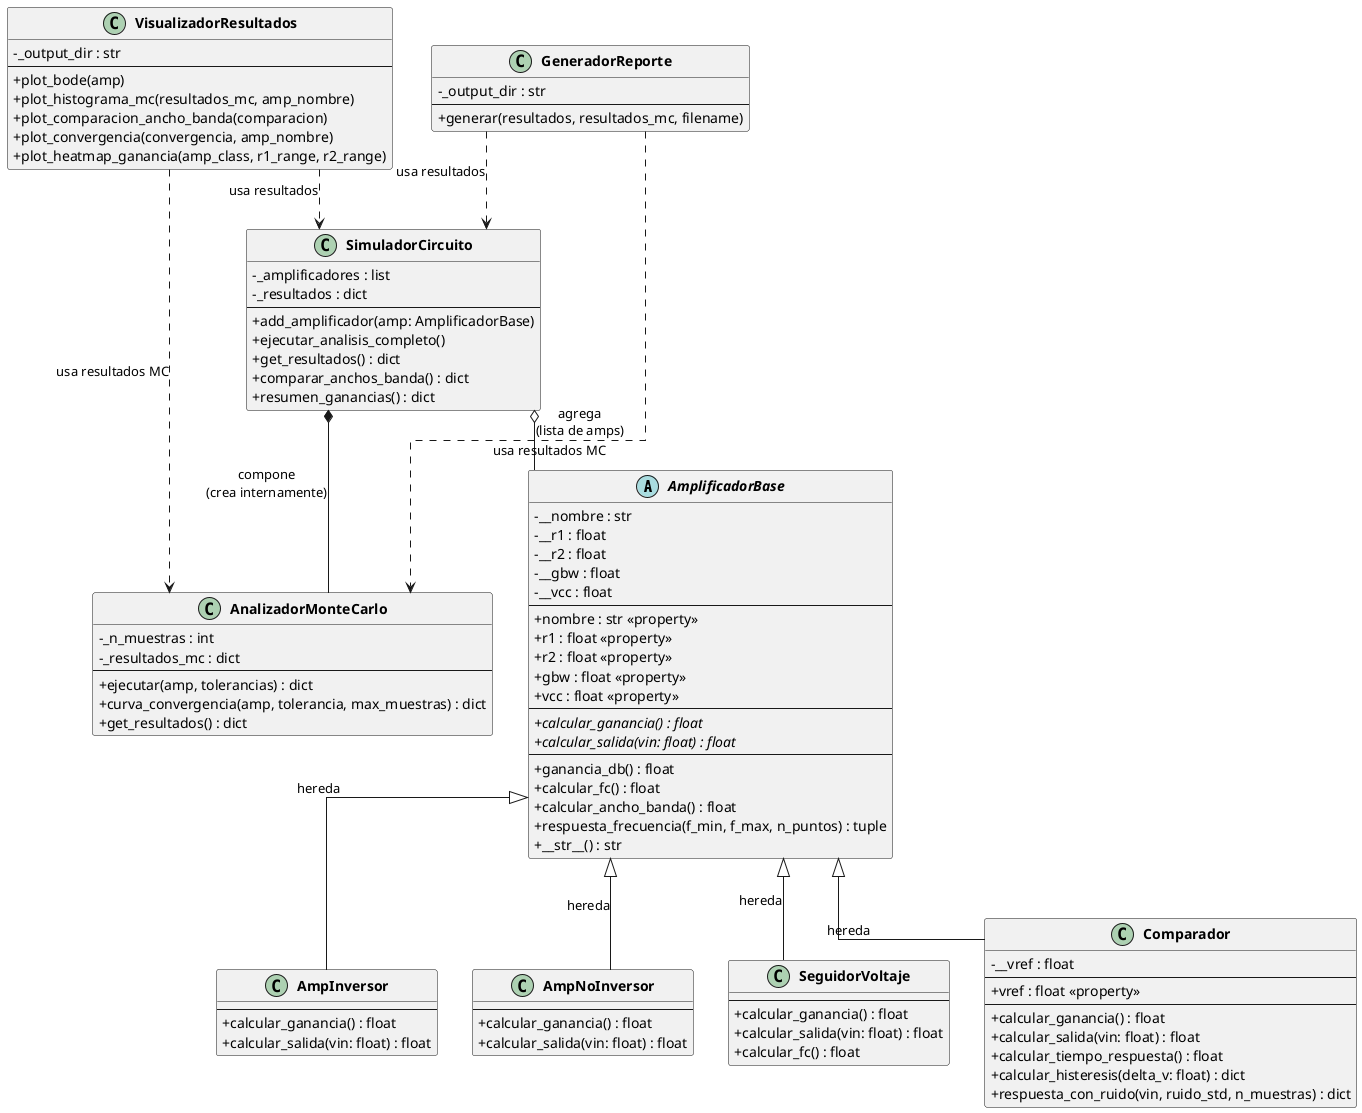
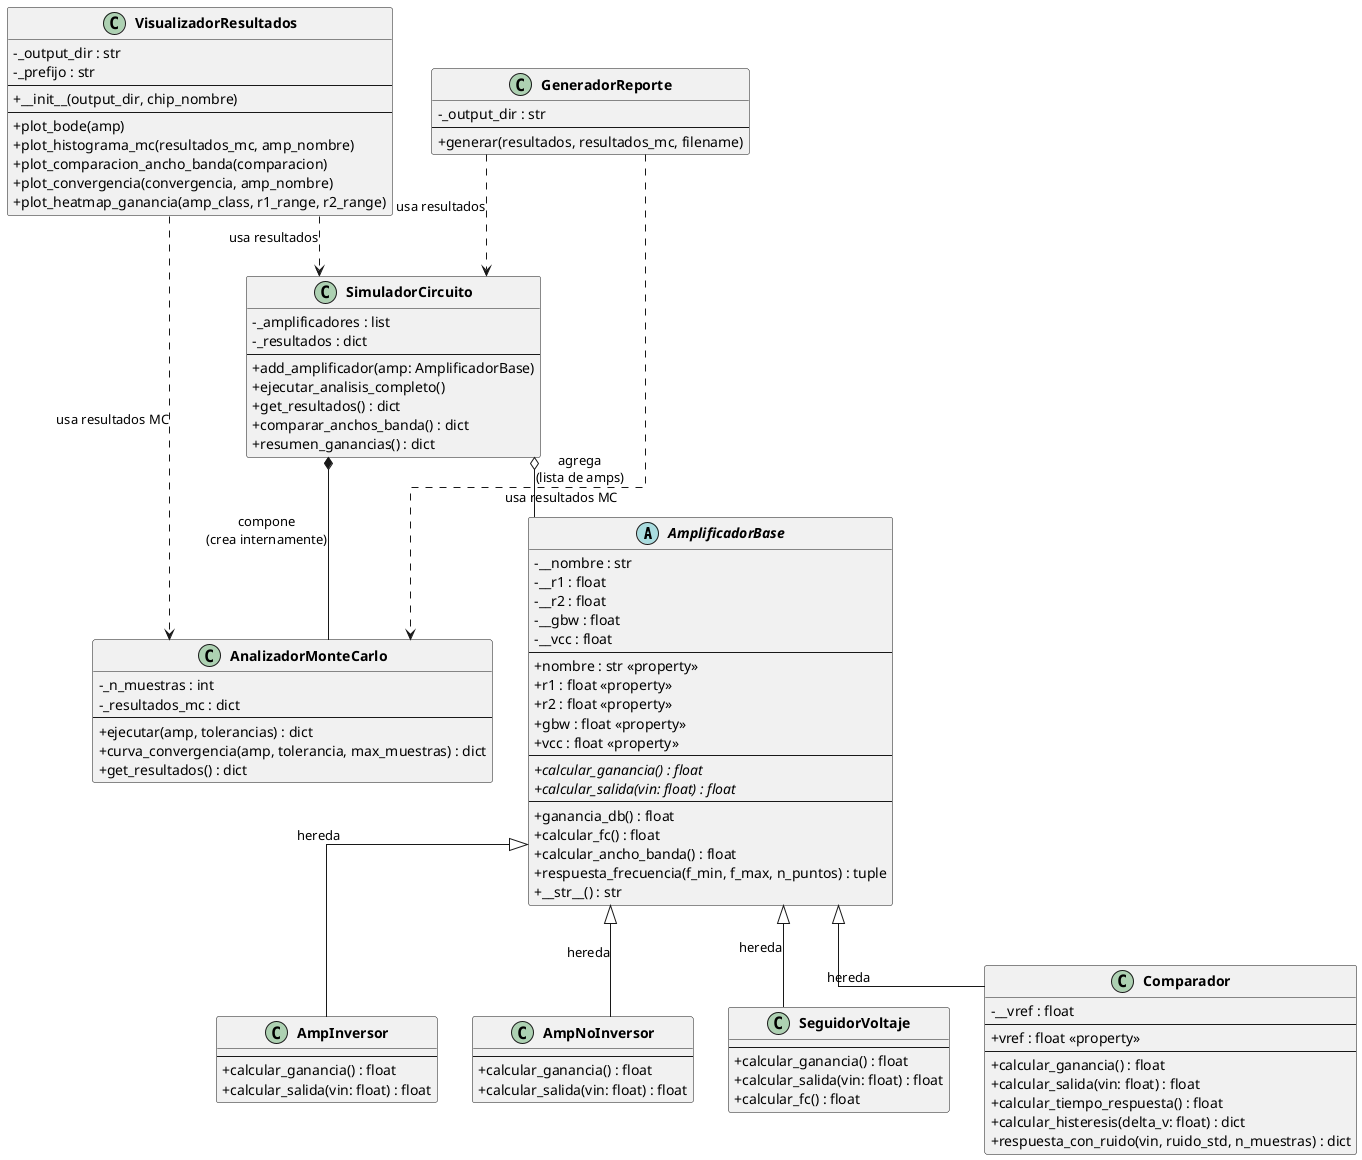
@startuml clases
skinparam classAttributeIconSize 0
skinparam classFontStyle Bold
skinparam linetype ortho

' ============================================================
' DIAGRAMA DE CLASES - Simulador de Amplificadores Operacionales
' ============================================================
' Notacion de visibilidad:
'   -  privado   (solo accesible dentro de la clase)
'   +  publico   (accesible desde cualquier clase)
'   #  protegido (accesible en clase y subclases)
'
' Notacion de relaciones (ver leyenda al final):
'   <|--   Herencia   (la subclase ES UN tipo de la superclase)
'   *--    Composicion (el objeto FORMA PARTE de otro, no existe sin el)
'   o--    Agregacion  (el objeto ES CONTENIDO por otro, pero existe independiente)
'   ..>    Dependencia (una clase USA a otra, sin contenerla)
' ============================================================


' ------------------------------------------------------------
' CAPA 1: CLASE BASE ABSTRACTA
' Define la interfaz comun para todos los amplificadores.
' No se puede instanciar directamente.
' ------------------------------------------------------------
abstract class AmplificadorBase {
  ' --- Atributos privados (encapsulados) ---
  ' Solo accesibles via getters/setters (properties)
  - __nombre : str
  - __r1 : float
  - __r2 : float
  - __gbw : float
  - __vcc : float
  --
  ' --- Getters y Setters (properties de Python) ---
  + nombre : str <<property>>
  + r1 : float <<property>>
  + r2 : float <<property>>
  + gbw : float <<property>>
  + vcc : float <<property>>
  --
  ' --- Metodos abstractos ---
  ' Cada subclase DEBE implementar estos metodos con su propia logica
  {abstract} + calcular_ganancia() : float
  {abstract} + calcular_salida(vin: float) : float
  --
  ' --- Metodos concretos (heredados por todas las subclases) ---
  ' Implementados aqui una sola vez, disponibles en todos los amps
  + ganancia_db() : float
  + calcular_fc() : float
  + calcular_ancho_banda() : float
  + respuesta_frecuencia(f_min, f_max, n_puntos) : tuple
  + __str__() : str
}


' ------------------------------------------------------------
' CAPA 2: SUBCLASES DE AMPLIFICADORES
' Cada una hereda de AmplificadorBase e implementa
' su propia formula de ganancia y logica de salida.
' ------------------------------------------------------------

' Av = -R2 / R1  (invierte la fase de la senal)
class AmpInversor {
  --
  + calcular_ganancia() : float
  + calcular_salida(vin: float) : float
}

' Av = 1 + R2 / R1  (amplifica sin invertir)
class AmpNoInversor {
  --
  + calcular_ganancia() : float
  + calcular_salida(vin: float) : float
}

' Av = 1 siempre  (buffer de impedancia, R2=0, R1=inf)
' Maximo ancho de banda de todas las configuraciones
class SeguidorVoltaje {
  --
  + calcular_ganancia() : float
  + calcular_salida(vin: float) : float
  ' Sobreescribe calcular_fc(): fc = GBW (ganancia unitaria)
  + calcular_fc() : float
}

' Salida digital: Vcc si Vin > Vref, 0V si Vin < Vref
' Logica distinta al resto: sin Bode, sin ganancia lineal util
class Comparador {
  ' Atributo adicional exclusivo del comparador
  - __vref : float
  --
  + vref : float <<property>>
  --
  + calcular_ganancia() : float
  + calcular_salida(vin: float) : float
  ' Metodos especificos del comparador (no existen en otras subclases)
  + calcular_tiempo_respuesta() : float
  + calcular_histeresis(delta_v: float) : dict
  + respuesta_con_ruido(vin, ruido_std, n_muestras) : dict
}


' ------------------------------------------------------------
' CAPA 3: SIMULACION Y ANALISIS
' Clases que orquestan la ejecucion y el analisis estadistico.
' ------------------------------------------------------------

' Orquestador principal: ejecuta todos los analisis sobre todos los amps
class SimuladorCircuito {
  ' Lista de amplificadores registrados (puede contener cualquier subclase)
  - _amplificadores : list
  ' Diccionario con resultados indexados por nombre de amplificador
  - _resultados : dict
  --
  + add_amplificador(amp: AmplificadorBase)
  + ejecutar_analisis_completo()
  + get_resultados() : dict
  + comparar_anchos_banda() : dict
  + resumen_ganancias() : dict
}

' Simulacion estocastica: evalua impacto de tolerancias en la ganancia
' Usa distribucion Normal para modelar variabilidad de manufactura
class AnalizadorMonteCarlo {
  ' Numero de muestras por corrida (minimo recomendado: 1000)
  - _n_muestras : int
  ' Resultados indexados por nombre de amplificador y nivel de tolerancia
  - _resultados_mc : dict
  --
  ' Corre MC para un amp dado, con tolerancias [1%, 5%, 10%]
  + ejecutar(amp, tolerancias) : dict
  ' Muestra como converge la media y sigma al aumentar muestras
  + curva_convergencia(amp, tolerancia, max_muestras) : dict
  + get_resultados() : dict
}


' ------------------------------------------------------------
' CAPA 4: SALIDAS (Visualizacion y Reporte)
' Consumen los resultados; no modifican el estado de la simulacion.
' ------------------------------------------------------------

' Genera todas las graficas con Matplotlib y las guarda en outputs/graficas/
+ ' Los archivos se organizan en subcarpetas por tipo y llevan prefijo del chip activo
class VisualizadorResultados {
  - _output_dir : str
+   ' Prefijo que se antepone al nombre de cada archivo (ej. "LM741_")
+   - _prefijo : str
+   --
+   ' chip_nombre: nombre del op-amp activo para prefijar los archivos de salida
+   + __init__(output_dir, chip_nombre)
  --
  + plot_bode(amp)
  + plot_histograma_mc(resultados_mc, amp_nombre)
  + plot_comparacion_ancho_banda(comparacion)
  + plot_convergencia(convergencia, amp_nombre)
  + plot_heatmap_ganancia(amp_class, r1_range, r2_range)
}

' Exporta resumen numerico a archivo de texto en outputs/reportes/
class GeneradorReporte {
  - _output_dir : str
  --
  + generar(resultados, resultados_mc, filename)
}


' ============================================================
' RELACIONES ENTRE CLASES
' ============================================================

' --- HERENCIA (es-un) ---
' Las 4 configuraciones SON tipos de AmplificadorBase.
' Heredan atributos y metodos concretos; sobreescriben los abstractos.
AmplificadorBase <|-- AmpInversor      : hereda
AmplificadorBase <|-- AmpNoInversor    : hereda
AmplificadorBase <|-- SeguidorVoltaje  : hereda
AmplificadorBase <|-- Comparador       : hereda

' --- AGREGACION (contiene, pero los amps existen independientemente) ---
' SimuladorCircuito mantiene una lista de amps.
' Los amps se crean fuera del simulador (en main.py) y se agregan.
SimuladorCircuito o-- AmplificadorBase : agrega\n(lista de amps)

' --- COMPOSICION (usa y controla el ciclo de vida) ---
' SimuladorCircuito crea y posee su AnalizadorMonteCarlo interno.
SimuladorCircuito *-- AnalizadorMonteCarlo : compone\n(crea internamente)

' --- DEPENDENCIA (usa resultados, sin contener) ---
' Visualizador y Reporte reciben datos como parametros; no guardan referencia.
VisualizadorResultados ..> SimuladorCircuito   : usa resultados
VisualizadorResultados ..> AnalizadorMonteCarlo : usa resultados MC
GeneradorReporte        ..> SimuladorCircuito   : usa resultados
GeneradorReporte        ..> AnalizadorMonteCarlo : usa resultados MC

@enduml
